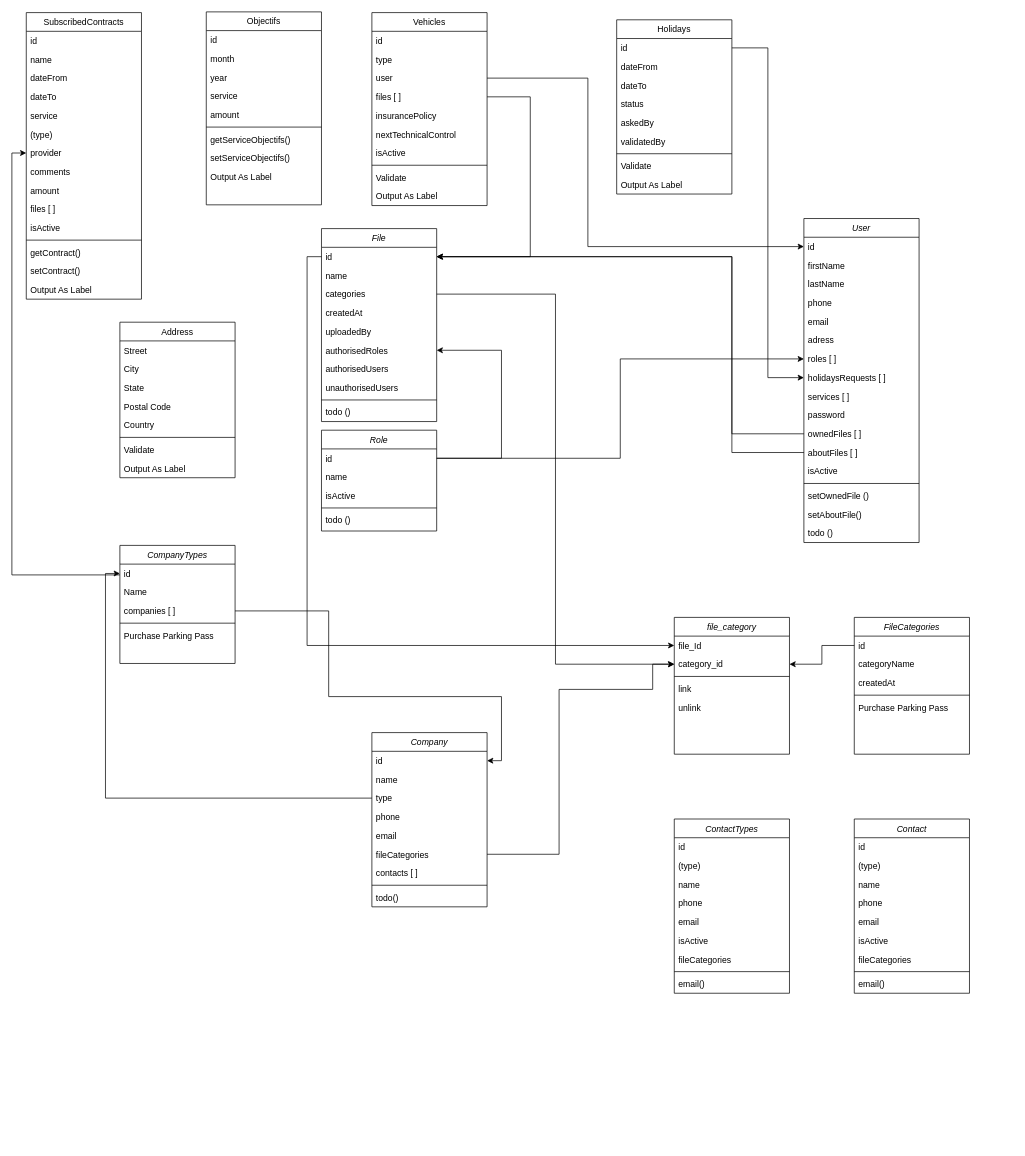
Above: assets/database_reference.drawio in ohugonnot/symfony-velzon-api (draw.io), before the change. Source tidied: cells renumbered, new cells numbered last; positions are measured from the earlier drawing's top-left corner, leaving out a move shared by most shapes. Both pictures are drawn from the tidied source at 72%, with x=0, y=0 at pixel (26, 12).
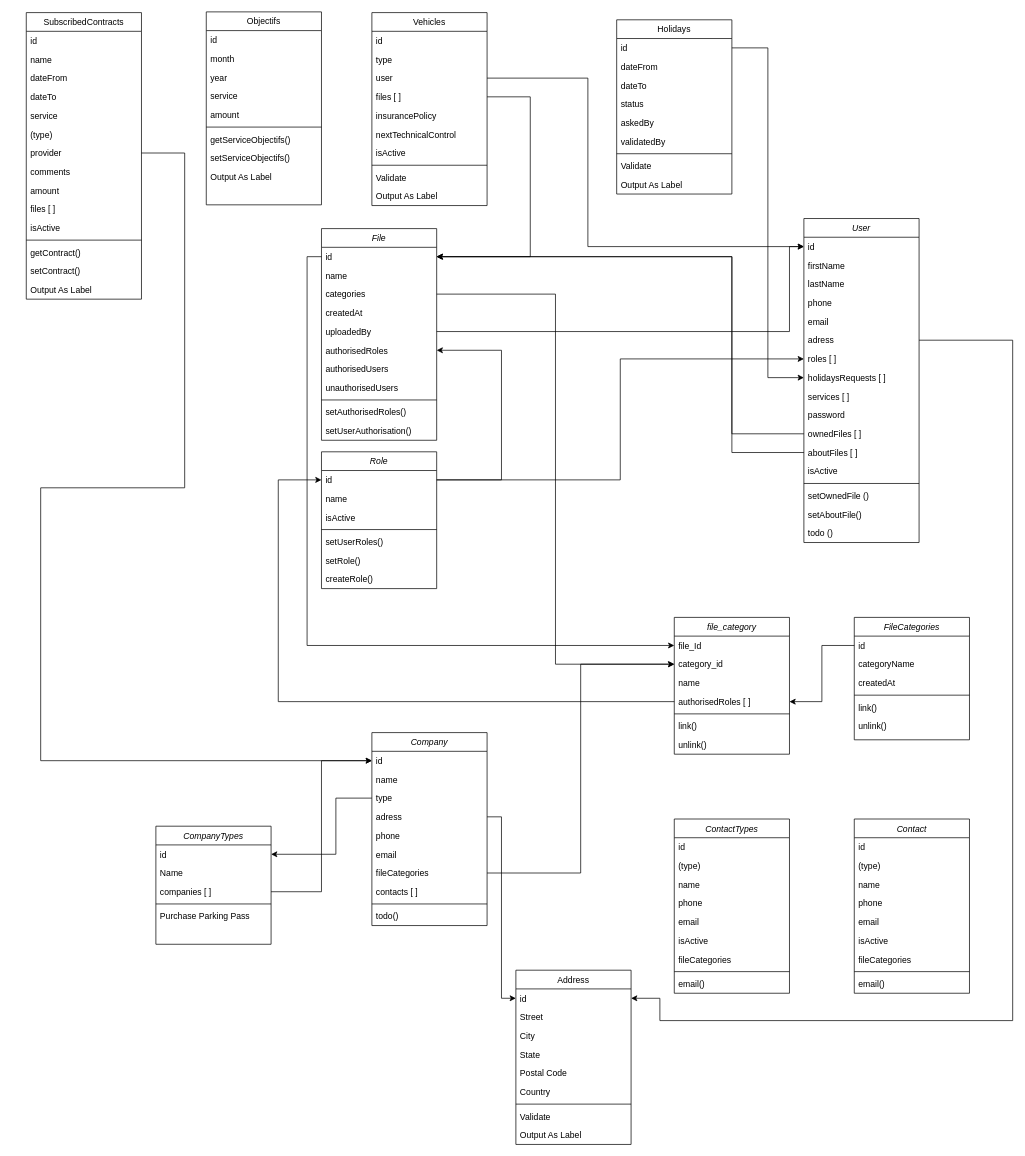
Above is the later version.

Commit message (it also covers changes not shown here):
Mettre à jour database_reference.drawio

Unchanged cells that the change refers to:
```xml
<mxCell id="3" value="id" style="text;align=left;verticalAlign=top;spacingLeft=4;spacingRight=4;overflow=hidden;points=[[0,0.5],[1,0.5]];portConstraint=eastwest;" parent="2" vertex="1">
  <mxGeometry y="26" width="160" height="26" as="geometry" />
</mxCell>
<mxCell id="8" value="adress" style="text;align=left;verticalAlign=top;spacingLeft=4;spacingRight=4;overflow=hidden;points=[[0,0.5],[1,0.5]];portConstraint=eastwest;rounded=0;shadow=0;html=0;" parent="2" vertex="1">
  <mxGeometry y="156" width="160" height="26" as="geometry" />
</mxCell>
<mxCell id="40" value="id" style="text;align=left;verticalAlign=top;spacingLeft=4;spacingRight=4;overflow=hidden;points=[[0,0.5],[1,0.5]];portConstraint=eastwest;" parent="39" vertex="1">
  <mxGeometry y="26" width="160" height="26" as="geometry" />
</mxCell>
<mxCell id="42" value="type" style="text;align=left;verticalAlign=top;spacingLeft=4;spacingRight=4;overflow=hidden;points=[[0,0.5],[1,0.5]];portConstraint=eastwest;" parent="39" vertex="1">
  <mxGeometry y="78" width="160" height="26" as="geometry" />
</mxCell>
<mxCell id="51" value="id" style="text;align=left;verticalAlign=top;spacingLeft=4;spacingRight=4;overflow=hidden;points=[[0,0.5],[1,0.5]];portConstraint=eastwest;" parent="50" vertex="1">
  <mxGeometry y="26" width="160" height="26" as="geometry" />
</mxCell>
<mxCell id="53" value="companies [ ]" style="text;align=left;verticalAlign=top;spacingLeft=4;spacingRight=4;overflow=hidden;points=[[0,0.5],[1,0.5]];portConstraint=eastwest;rounded=0;shadow=0;html=0;" parent="50" vertex="1">
  <mxGeometry y="78" width="160" height="26" as="geometry" />
</mxCell>
<mxCell id="59" value="categories" style="text;align=left;verticalAlign=top;spacingLeft=4;spacingRight=4;overflow=hidden;points=[[0,0.5],[1,0.5]];portConstraint=eastwest;rounded=0;shadow=0;html=0;" parent="56" vertex="1">
  <mxGeometry y="78" width="160" height="26" as="geometry" />
</mxCell>
<mxCell id="61" value="uploadedBy" style="text;align=left;verticalAlign=top;spacingLeft=4;spacingRight=4;overflow=hidden;points=[[0,0.5],[1,0.5]];portConstraint=eastwest;rounded=0;shadow=0;html=0;" parent="56" vertex="1">
  <mxGeometry y="130" width="160" height="26" as="geometry" />
</mxCell>
<mxCell id="62" value="authorisedRoles" style="text;align=left;verticalAlign=top;spacingLeft=4;spacingRight=4;overflow=hidden;points=[[0,0.5],[1,0.5]];portConstraint=eastwest;rounded=0;shadow=0;html=0;" parent="56" vertex="1">
  <mxGeometry y="156" width="160" height="26" as="geometry" />
</mxCell>
<mxCell id="73" value="file_category" style="swimlane;fontStyle=2;align=center;verticalAlign=top;horizontal=1;startSize=26;rounded=0;shadow=0;strokeWidth=1;" parent="1" vertex="1">
  <mxGeometry x="900" y="841" width="160" height="190" as="geometry" />
</mxCell>
<mxCell id="138" value="provider" style="text;align=left;verticalAlign=top;spacingLeft=4;spacingRight=4;overflow=hidden;points=[[0,0.5],[1,0.5]];portConstraint=eastwest;rounded=0;shadow=0;html=0;" parent="131" vertex="1">
  <mxGeometry y="182" width="160" height="26" as="geometry" />
</mxCell>
<mxCell id="148" value="id" style="text;align=left;verticalAlign=top;spacingLeft=4;spacingRight=4;overflow=hidden;points=[[0,0.5],[1,0.5]];portConstraint=eastwest;" parent="147" vertex="1">
  <mxGeometry y="26" width="160" height="26" as="geometry" />
</mxCell>
```

Change to the diagram source:
```diff
@@
     <mxCell id="20" value="Address" style="swimlane;fontStyle=0;align=center;verticalAlign=top;horizontal=1;startSize=26;rounded=0;shadow=0;strokeWidth=1;" parent="1" vertex="1">
-      <mxGeometry x="130" y="431" width="160" height="216" as="geometry" />
+      <mxGeometry x="680" y="1331" width="160" height="242" as="geometry" />
     </mxCell>
-    <mxCell id="21" value="Street" style="text;align=left;verticalAlign=top;spacingLeft=4;spacingRight=4;overflow=hidden;points=[[0,0.5],[1,0.5]];portConstraint=eastwest;" parent="20" vertex="1">
+    <mxCell id="21" value="id" style="text;align=left;verticalAlign=top;spacingLeft=4;spacingRight=4;overflow=hidden;points=[[0,0.5],[1,0.5]];portConstraint=eastwest;" parent="20" vertex="1">
       <mxGeometry y="26" width="160" height="26" as="geometry" />
     </mxCell>
+    <mxCell id="155" value="Street" style="text;align=left;verticalAlign=top;spacingLeft=4;spacingRight=4;overflow=hidden;" parent="20" vertex="1">
+      <mxGeometry y="52" width="160" height="26" as="geometry" />
+    </mxCell>
     <mxCell id="22" value="City" style="text;align=left;verticalAlign=top;spacingLeft=4;spacingRight=4;overflow=hidden;rounded=0;shadow=0;html=0;" parent="20" vertex="1">
-      <mxGeometry y="52" width="160" height="26" as="geometry" />
+      <mxGeometry y="78" width="160" height="26" as="geometry" />
     </mxCell>
     <mxCell id="23" value="State" style="text;align=left;verticalAlign=top;spacingLeft=4;spacingRight=4;overflow=hidden;rounded=0;shadow=0;html=0;" parent="20" vertex="1">
-      <mxGeometry y="78" width="160" height="26" as="geometry" />
+      <mxGeometry y="104" width="160" height="26" as="geometry" />
     </mxCell>
     <mxCell id="24" value="Postal Code" style="text;align=left;verticalAlign=top;spacingLeft=4;spacingRight=4;overflow=hidden;rounded=0;shadow=0;html=0;" parent="20" vertex="1">
-      <mxGeometry y="104" width="160" height="26" as="geometry" />
+      <mxGeometry y="130" width="160" height="26" as="geometry" />
     </mxCell>
     <mxCell id="25" value="Country" style="text;align=left;verticalAlign=top;spacingLeft=4;spacingRight=4;overflow=hidden;rounded=0;shadow=0;html=0;" parent="20" vertex="1">
-      <mxGeometry y="130" width="160" height="26" as="geometry" />
+      <mxGeometry y="156" width="160" height="26" as="geometry" />
     </mxCell>
     <mxCell id="26" style="line;html=1;strokeWidth=1;align=left;verticalAlign=middle;spacingTop=-1;spacingLeft=3;spacingRight=3;labelPosition=right;" parent="20" vertex="1">
-      <mxGeometry y="156" width="160" height="8" as="geometry" />
+      <mxGeometry y="182" width="160" height="8" as="geometry" />
     </mxCell>
     <mxCell id="27" value="Validate" style="text;align=left;verticalAlign=top;spacingLeft=4;spacingRight=4;overflow=hidden;" parent="20" vertex="1">
-      <mxGeometry y="164" width="160" height="26" as="geometry" />
+      <mxGeometry y="190" width="160" height="26" as="geometry" />
     </mxCell>
     <mxCell id="28" value="Output As Label" style="text;align=left;verticalAlign=top;spacingLeft=4;spacingRight=4;overflow=hidden;" parent="20" vertex="1">
-      <mxGeometry y="190" width="160" height="26" as="geometry" />
+      <mxGeometry y="216" width="160" height="26" as="geometry" />
     </mxCell>
@@
     <mxCell id="39" value="Company" style="swimlane;fontStyle=2;align=center;verticalAlign=top;horizontal=1;startSize=26;rounded=0;shadow=0;strokeWidth=1;" parent="1" vertex="1">
-      <mxGeometry x="480" y="1001" width="160" height="242" as="geometry" />
+      <mxGeometry x="480" y="1001" width="160" height="268" as="geometry" />
     </mxCell>
@@
+    <mxCell id="44" value="adress" style="text;align=left;verticalAlign=top;spacingLeft=4;spacingRight=4;overflow=hidden;points=[[0,0.5],[1,0.5]];portConstraint=eastwest;rounded=0;shadow=0;html=0;" parent="39" vertex="1">
+      <mxGeometry y="104" width="160" height="26" as="geometry" />
+    </mxCell>
     <mxCell id="43" value="phone" style="text;align=left;verticalAlign=top;spacingLeft=4;spacingRight=4;overflow=hidden;rounded=0;shadow=0;html=0;" parent="39" vertex="1">
-      <mxGeometry y="104" width="160" height="26" as="geometry" />
+      <mxGeometry y="130" width="160" height="26" as="geometry" />
     </mxCell>
-    <mxCell id="44" value="email" style="text;align=left;verticalAlign=top;spacingLeft=4;spacingRight=4;overflow=hidden;points=[[0,0.5],[1,0.5]];portConstraint=eastwest;rounded=0;shadow=0;html=0;" parent="39" vertex="1">
-      <mxGeometry y="130" width="160" height="26" as="geometry" />
-    </mxCell>
+    <mxCell id="156" value="email" style="text;align=left;verticalAlign=top;spacingLeft=4;spacingRight=4;overflow=hidden;rounded=0;shadow=0;html=0;" parent="39" vertex="1">
+      <mxGeometry y="156" width="160" height="26" as="geometry" />
+    </mxCell>
     <mxCell id="45" value="fileCategories" style="text;align=left;verticalAlign=top;spacingLeft=4;spacingRight=4;overflow=hidden;points=[[0,0.5],[1,0.5]];portConstraint=eastwest;rounded=0;shadow=0;html=0;" parent="39" vertex="1">
-      <mxGeometry y="156" width="160" height="26" as="geometry" />
+      <mxGeometry y="182" width="160" height="26" as="geometry" />
     </mxCell>
     <mxCell id="46" value="contacts [ ]" style="text;align=left;verticalAlign=top;spacingLeft=4;spacingRight=4;overflow=hidden;rounded=0;shadow=0;html=0;" parent="39" vertex="1">
-      <mxGeometry y="182" width="160" height="26" as="geometry" />
+      <mxGeometry y="208" width="160" height="26" as="geometry" />
     </mxCell>
     <mxCell id="47" style="line;html=1;strokeWidth=1;align=left;verticalAlign=middle;spacingTop=-1;spacingLeft=3;spacingRight=3;labelPosition=right;" parent="39" vertex="1">
-      <mxGeometry y="208" width="160" height="8" as="geometry" />
+      <mxGeometry y="234" width="160" height="8" as="geometry" />
     </mxCell>
     <mxCell id="48" value="todo()" style="text;align=left;verticalAlign=top;spacingLeft=4;spacingRight=4;overflow=hidden;" parent="39" vertex="1">
-      <mxGeometry y="216" width="160" height="26" as="geometry" />
+      <mxGeometry y="242" width="160" height="26" as="geometry" />
     </mxCell>
-    <mxCell id="49" style="edgeStyle=orthogonalEdgeStyle;rounded=0;jettySize=auto;html=1;exitX=0;exitY=0.25;exitDx=0;exitDy=0;entryX=0;entryY=0.5;entryDx=0;entryDy=0;" parent="1" edge="1" source="50" target="138">
-      <mxGeometry relative="1" as="geometry" />
-    </mxCell>
     <mxCell id="50" value="CompanyTypes" style="swimlane;fontStyle=2;align=center;verticalAlign=top;horizontal=1;startSize=26;rounded=0;shadow=0;strokeWidth=1;" parent="1" vertex="1">
-      <mxGeometry x="130" y="741" width="160" height="164" as="geometry" />
+      <mxGeometry x="180" y="1131" width="160" height="164" as="geometry" />
     </mxCell>
@@
     <mxCell id="56" value="File" style="swimlane;fontStyle=2;align=center;verticalAlign=top;horizontal=1;startSize=26;rounded=0;shadow=0;strokeWidth=1;" parent="1" vertex="1">
-      <mxGeometry x="410" y="301" width="160" height="268" as="geometry" />
+      <mxGeometry x="410" y="301" width="160" height="294" as="geometry" />
     </mxCell>
@@
-    <mxCell id="66" value="todo ()" style="text;align=left;verticalAlign=top;spacingLeft=4;spacingRight=4;overflow=hidden;" parent="56" vertex="1">
+    <mxCell id="66" value="setAuthorisedRoles()" style="text;align=left;verticalAlign=top;spacingLeft=4;spacingRight=4;overflow=hidden;" parent="56" vertex="1">
       <mxGeometry y="242" width="160" height="26" as="geometry" />
     </mxCell>
+    <mxCell id="157" value="setUserAuthorisation()" style="text;align=left;verticalAlign=top;spacingLeft=4;spacingRight=4;overflow=hidden;" parent="56" vertex="1">
+      <mxGeometry y="268" width="160" height="26" as="geometry" />
+    </mxCell>
     <mxCell id="67" value="FileCategories" style="swimlane;fontStyle=2;align=center;verticalAlign=top;horizontal=1;startSize=26;rounded=0;shadow=0;strokeWidth=1;" parent="1" vertex="1">
-      <mxGeometry x="1150" y="841" width="160" height="190" as="geometry" />
+      <mxGeometry x="1150" y="841" width="160" height="170" as="geometry" />
     </mxCell>
@@
-    <mxCell id="72" value="Purchase Parking Pass" style="text;align=left;verticalAlign=top;spacingLeft=4;spacingRight=4;overflow=hidden;" parent="67" vertex="1">
-      <mxGeometry y="112" width="160" height="26" as="geometry" />
-    </mxCell>
+    <mxCell id="158" value="link()" style="text;align=left;verticalAlign=top;spacingLeft=4;spacingRight=4;overflow=hidden;" parent="67" vertex="1">
+      <mxGeometry y="112" width="160" height="26" as="geometry" />
+    </mxCell>
+    <mxCell id="159" value="unlink()" style="text;align=left;verticalAlign=top;spacingLeft=4;spacingRight=4;overflow=hidden;" parent="67" vertex="1">
+      <mxGeometry y="138" width="160" height="26" as="geometry" />
+    </mxCell>
@@
+    <mxCell id="160" value="category_id" style="text;align=left;verticalAlign=top;spacingLeft=4;spacingRight=4;overflow=hidden;points=[[0,0.5],[1,0.5]];portConstraint=eastwest;" parent="73" vertex="1">
+      <mxGeometry y="52" width="160" height="26" as="geometry" />
+    </mxCell>
+    <mxCell id="161" value="name" style="text;align=left;verticalAlign=top;spacingLeft=4;spacingRight=4;overflow=hidden;" parent="73" vertex="1">
+      <mxGeometry y="78" width="160" height="26" as="geometry" />
+    </mxCell>
-    <mxCell id="75" value="category_id" style="text;align=left;verticalAlign=top;spacingLeft=4;spacingRight=4;overflow=hidden;points=[[0,0.5],[1,0.5]];portConstraint=eastwest;" parent="73" vertex="1">
-      <mxGeometry y="52" width="160" height="26" as="geometry" />
+    <mxCell id="75" value="authorisedRoles [ ]" style="text;align=left;verticalAlign=top;spacingLeft=4;spacingRight=4;overflow=hidden;points=[[0,0.5],[1,0.5]];portConstraint=eastwest;" parent="73" vertex="1">
+      <mxGeometry y="104" width="160" height="26" as="geometry" />
     </mxCell>
     <mxCell id="76" style="line;html=1;strokeWidth=1;align=left;verticalAlign=middle;spacingTop=-1;spacingLeft=3;spacingRight=3;labelPosition=right;" parent="73" vertex="1">
-      <mxGeometry y="78" width="160" height="8" as="geometry" />
+      <mxGeometry y="130" width="160" height="8" as="geometry" />
     </mxCell>
-    <mxCell id="77" value="link" style="text;align=left;verticalAlign=top;spacingLeft=4;spacingRight=4;overflow=hidden;" parent="73" vertex="1">
-      <mxGeometry y="86" width="160" height="26" as="geometry" />
+    <mxCell id="77" value="link()" style="text;align=left;verticalAlign=top;spacingLeft=4;spacingRight=4;overflow=hidden;" parent="73" vertex="1">
+      <mxGeometry y="138" width="160" height="26" as="geometry" />
     </mxCell>
-    <mxCell id="78" value="unlink" style="text;align=left;verticalAlign=top;spacingLeft=4;spacingRight=4;overflow=hidden;" parent="73" vertex="1">
-      <mxGeometry y="112" width="160" height="26" as="geometry" />
+    <mxCell id="78" value="unlink()" style="text;align=left;verticalAlign=top;spacingLeft=4;spacingRight=4;overflow=hidden;" parent="73" vertex="1">
+      <mxGeometry y="164" width="160" height="26" as="geometry" />
     </mxCell>
@@
-    <mxCell id="82" style="edgeStyle=orthogonalEdgeStyle;rounded=0;jettySize=auto;html=1;exitX=1;exitY=0.5;exitDx=0;exitDy=0;entryX=0;entryY=0.5;entryDx=0;entryDy=0;" parent="1" edge="1" source="59" target="75">
-      <mxGeometry relative="1" as="geometry" />
-    </mxCell>
-    <mxCell id="83" style="edgeStyle=orthogonalEdgeStyle;rounded=0;jettySize=auto;html=1;exitX=1;exitY=0.5;exitDx=0;exitDy=0;entryX=1;entryY=0.5;entryDx=0;entryDy=0;" parent="1" edge="1" source="53" target="40">
-      <mxGeometry relative="1" as="geometry">
-        <Array as="points">
-          <mxPoint x="420" y="832" />
-          <mxPoint x="420" y="951" />
-          <mxPoint x="660" y="951" />
-          <mxPoint x="660" y="1040" />
-        </Array>
-      </mxGeometry>
-    </mxCell>
-    <mxCell id="84" style="edgeStyle=orthogonalEdgeStyle;rounded=0;jettySize=auto;html=1;exitX=0;exitY=0.5;exitDx=0;exitDy=0;entryX=0;entryY=0.5;entryDx=0;entryDy=0;" parent="1" edge="1" source="42" target="51">
-      <mxGeometry relative="1" as="geometry" />
-    </mxCell>
-    <mxCell id="85" style="edgeStyle=orthogonalEdgeStyle;rounded=0;jettySize=auto;html=1;exitX=1;exitY=0.5;exitDx=0;exitDy=0;entryX=0;entryY=0.5;entryDx=0;entryDy=0;" parent="1" edge="1" source="45" target="75">
-      <mxGeometry relative="1" as="geometry">
-        <Array as="points">
-          <mxPoint x="740" y="1170" />
-          <mxPoint x="740" y="941" />
-          <mxPoint x="870" y="941" />
-          <mxPoint x="870" y="906" />
-        </Array>
-      </mxGeometry>
-    </mxCell>
@@
     <mxCell id="147" value="Role" style="swimlane;fontStyle=2;align=center;verticalAlign=top;horizontal=1;startSize=26;rounded=0;shadow=0;strokeWidth=1;" parent="1" vertex="1">
-      <mxGeometry x="410" y="581" width="160" height="140" as="geometry" />
+      <mxGeometry x="410" y="611" width="160" height="190" as="geometry" />
     </mxCell>
@@
-    <mxCell id="152" value="todo ()" style="text;align=left;verticalAlign=top;spacingLeft=4;spacingRight=4;overflow=hidden;" parent="147" vertex="1">
+    <mxCell id="152" value="setUserRoles()" style="text;align=left;verticalAlign=top;spacingLeft=4;spacingRight=4;overflow=hidden;" parent="147" vertex="1">
       <mxGeometry y="112" width="160" height="26" as="geometry" />
     </mxCell>
+    <mxCell id="162" value="setRole()" style="text;align=left;verticalAlign=top;spacingLeft=4;spacingRight=4;overflow=hidden;" parent="147" vertex="1">
+      <mxGeometry y="138" width="160" height="26" as="geometry" />
+    </mxCell>
+    <mxCell id="163" value="createRole()" style="text;align=left;verticalAlign=top;spacingLeft=4;spacingRight=4;overflow=hidden;" parent="147" vertex="1">
+      <mxGeometry y="164" width="160" height="26" as="geometry" />
+    </mxCell>
     <mxCell id="153" style="edgeStyle=orthogonalEdgeStyle;rounded=0;jettySize=auto;html=1;exitX=1;exitY=0.5;exitDx=0;exitDy=0;entryX=1;entryY=0.5;entryDx=0;entryDy=0;" parent="1" edge="1" source="148" target="62">
       <mxGeometry relative="1" as="geometry">
         <Array as="points">
-          <mxPoint x="660" y="620" />
+          <mxPoint x="660" y="650" />
           <mxPoint x="660" y="470" />
         </Array>
       </mxGeometry>
     </mxCell>
@@
+    <mxCell id="164" style="edgeStyle=orthogonalEdgeStyle;rounded=0;jettySize=auto;html=1;exitX=1;exitY=0.5;exitDx=0;exitDy=0;entryX=0;entryY=0.5;entryDx=0;entryDy=0;" parent="1" edge="1" source="44" target="21">
+      <mxGeometry relative="1" as="geometry" />
+    </mxCell>
+    <mxCell id="165" style="edgeStyle=orthogonalEdgeStyle;rounded=0;jettySize=auto;html=1;exitX=1;exitY=0.5;exitDx=0;exitDy=0;entryX=1;entryY=0.5;entryDx=0;entryDy=0;" parent="1" edge="1" source="8" target="21">
+      <mxGeometry relative="1" as="geometry">
+        <Array as="points">
+          <mxPoint x="1370" y="456" />
+          <mxPoint x="1370" y="1401" />
+          <mxPoint x="880" y="1401" />
+          <mxPoint x="880" y="1370" />
+        </Array>
+      </mxGeometry>
+    </mxCell>
+    <mxCell id="166" style="edgeStyle=orthogonalEdgeStyle;rounded=0;jettySize=auto;html=1;exitX=1;exitY=0.5;exitDx=0;exitDy=0;" parent="1" edge="1" source="138" target="40">
+      <mxGeometry relative="1" as="geometry">
+        <Array as="points">
+          <mxPoint x="220" y="196" />
+          <mxPoint x="220" y="661" />
+          <mxPoint x="20" y="661" />
+          <mxPoint x="20" y="1040" />
+        </Array>
+      </mxGeometry>
+    </mxCell>
+    <mxCell id="83" style="edgeStyle=orthogonalEdgeStyle;rounded=0;jettySize=auto;html=1;exitX=1;exitY=0.5;exitDx=0;exitDy=0;entryX=0;entryY=0.5;entryDx=0;entryDy=0;" parent="1" edge="1" source="53" target="40">
+      <mxGeometry relative="1" as="geometry" />
+    </mxCell>
+    <mxCell id="84" style="edgeStyle=orthogonalEdgeStyle;rounded=0;jettySize=auto;html=1;entryX=1;entryY=0.5;entryDx=0;entryDy=0;" parent="1" edge="1" source="42" target="51">
+      <mxGeometry relative="1" as="geometry">
+        <Array as="points">
+          <mxPoint x="430" y="1092" />
+          <mxPoint x="430" y="1170" />
+        </Array>
+      </mxGeometry>
+    </mxCell>
+    <mxCell id="167" style="edgeStyle=orthogonalEdgeStyle;rounded=0;jettySize=auto;html=1;" parent="1" edge="1" source="45" target="160">
+      <mxGeometry relative="1" as="geometry" />
+    </mxCell>
+    <mxCell id="168" style="edgeStyle=orthogonalEdgeStyle;rounded=0;jettySize=auto;html=1;exitX=1;exitY=0.5;exitDx=0;exitDy=0;entryX=0;entryY=0.5;entryDx=0;entryDy=0;" parent="1" edge="1" source="59" target="160">
+      <mxGeometry relative="1" as="geometry" />
+    </mxCell>
+    <mxCell id="169" style="edgeStyle=orthogonalEdgeStyle;rounded=0;jettySize=auto;html=1;entryX=0;entryY=0.5;entryDx=0;entryDy=0;" parent="1" edge="1" source="75" target="148">
+      <mxGeometry relative="1" as="geometry">
+        <Array as="points">
+          <mxPoint x="350" y="958" />
+          <mxPoint x="350" y="650" />
+        </Array>
+      </mxGeometry>
+    </mxCell>
+    <mxCell id="170" style="edgeStyle=orthogonalEdgeStyle;rounded=0;jettySize=auto;html=1;" parent="1" edge="1" source="61" target="3">
+      <mxGeometry relative="1" as="geometry">
+        <Array as="points">
+          <mxPoint x="1060" y="444" />
+          <mxPoint x="1060" y="326" />
+        </Array>
+      </mxGeometry>
+    </mxCell>
```
